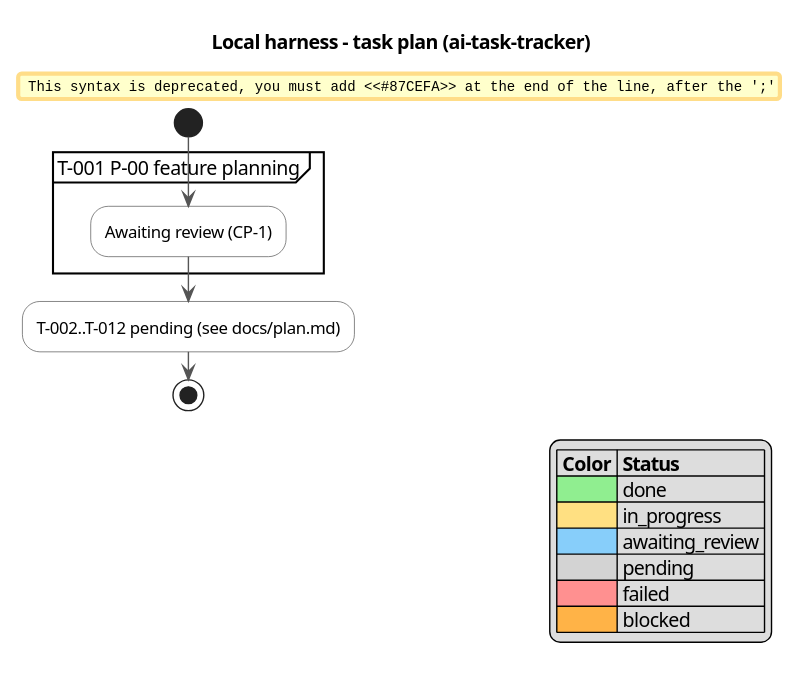
serge-sasov/ai-task-tracker keeps this PlantUML diagram as docs/activity.svg. Above is the earlier version. Source of this version:
```plantuml
@startuml
skinparam defaultFontName Segoe UI
skinparam ActivityBackgroundColor #FFFFFF
skinparam ActivityBorderColor #555555
skinparam ArrowColor #555555
title Local harness - task plan (ai-task-tracker)

start
partition "T-001 P-00 feature planning" {
  #87CEFA:Awaiting review (CP-1);
}
:T-002..T-012 pending (see docs/plan.md);
stop

legend right
 |= Color |= Status |
 |<#90EE90>| done |
 |<#FFE082>| in_progress |
 |<#87CEFA>| awaiting_review |
 |<#D3D3D3>| pending |
 |<#FF9090>| failed |
 |<#FFB347>| blocked |
endlegend
@enduml
```
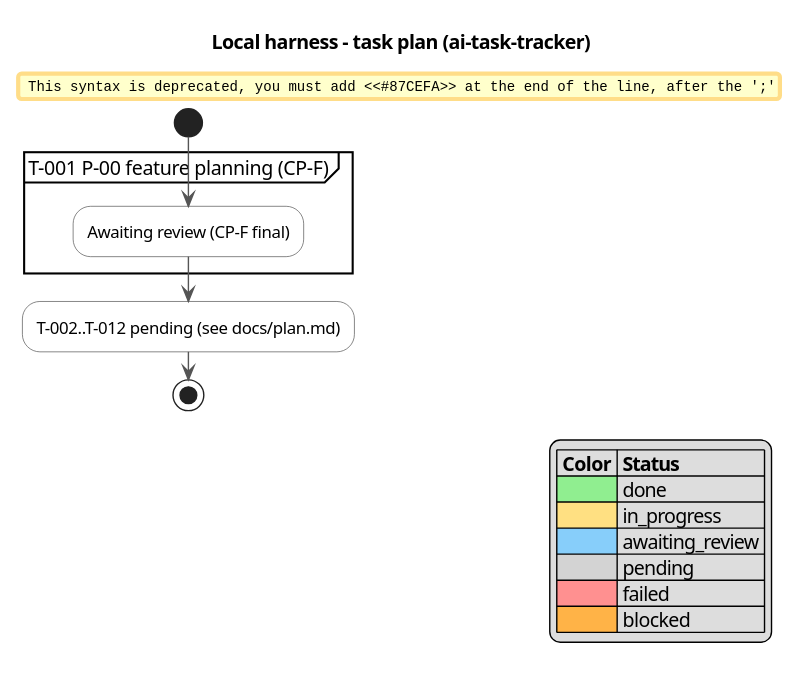
Later version of the same file.

Commit message:
T-001: CP-1 approved, checkpoint CP-F (planning closure)

What changed in the source:
```diff
@@ -6,8 +6,8 @@
 title Local harness - task plan (ai-task-tracker)
 
 start
-partition "T-001 P-00 feature planning" {
-  #87CEFA:Awaiting review (CP-1);
+partition "T-001 P-00 feature planning (CP-F)" {
+  #87CEFA:Awaiting review (CP-F final);
 }
 :T-002..T-012 pending (see docs/plan.md);
 stop
```
